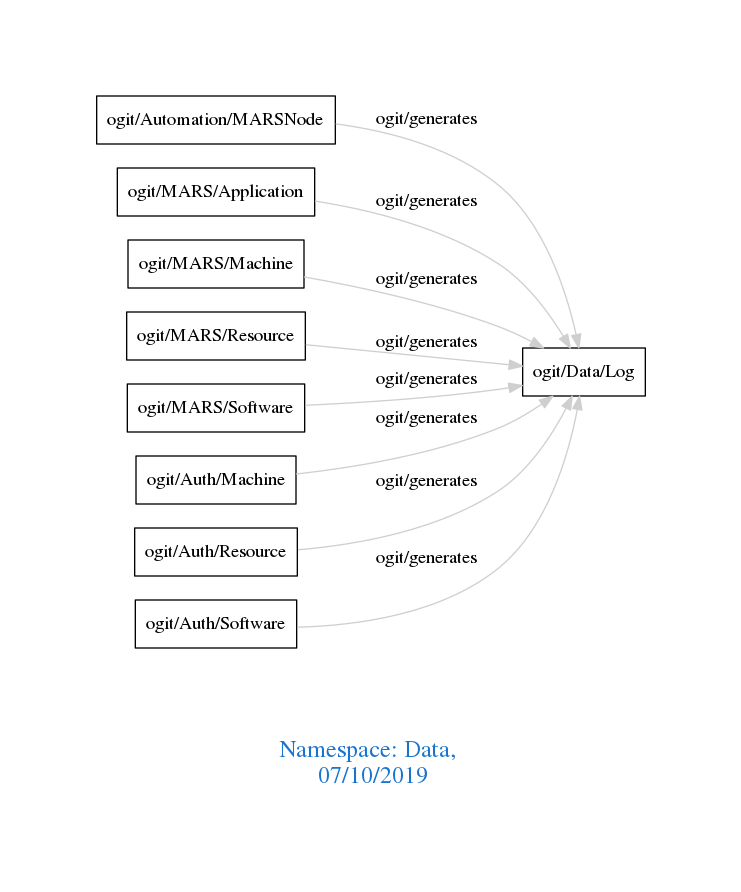
Earlier version of the Graphviz export downloads/Data.png (arago/OGIT). Its source is kept beside it as downloads/Data.dot.
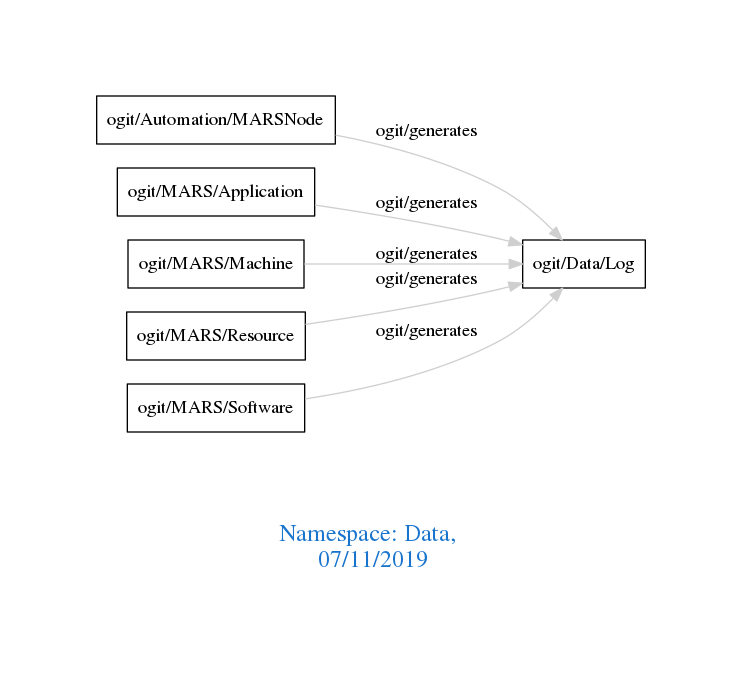
After the commit.

What changed in the source:
```diff
@@ -1,7 +1,7 @@
 digraph OGIT_ontology {
  graph [ rankdir= LR,pad=1
 fontsize = 18,
-fontcolor= dodgerblue3,label = "\n\n\nNamespace: Data, \n 07/10/2019"];
+fontcolor= dodgerblue3,label = "\n\n\nNamespace: Data, \n 07/11/2019"];
 node[shape=polygon];
 edge [  color="gray81"];
 
@@ -10,7 +10,4 @@
    "ogit/MARS/Machine" -> "ogit/Data/Log" [label="   ogit/generates    "];
    "ogit/MARS/Resource" -> "ogit/Data/Log" [label="   ogit/generates    "];
    "ogit/MARS/Software" -> "ogit/Data/Log" [label="   ogit/generates    "];
-   "ogit/Auth/Machine" -> "ogit/Data/Log" [label="   ogit/generates    "];
-   "ogit/Auth/Resource" -> "ogit/Data/Log" [label="   ogit/generates    "];
-   "ogit/Auth/Software" -> "ogit/Data/Log" [label="   ogit/generates    "];
 }
```
